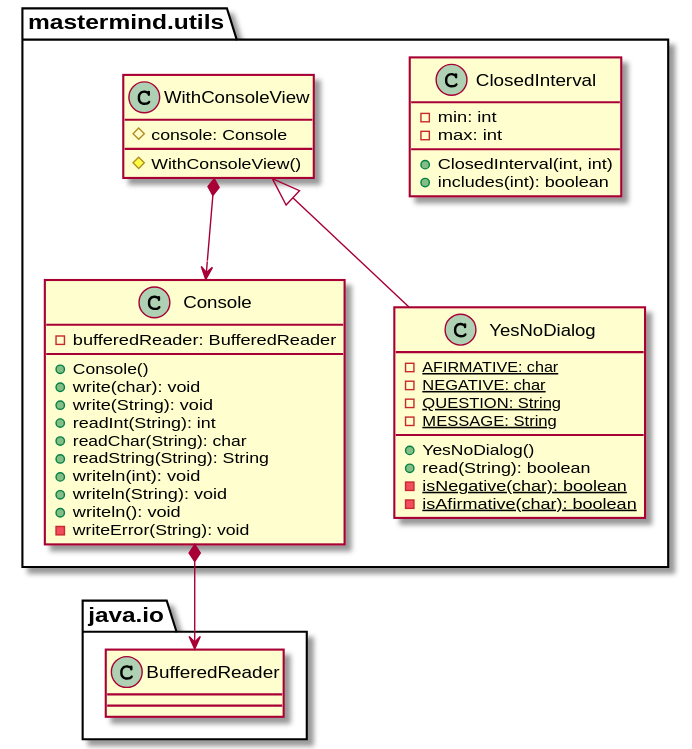
SantaTecla-mastermind/solution.java.swing.socket.sql keeps this PlantUML diagram as modelViewPresenter/presentationModel/withFacade/docs/diagrams/out/paquetes/usantatecla.utils.svg. Above is the earlier version. Source of this version:
```plantuml
@startuml
class  mastermind.utils.ClosedInterval{
- min: int
- max: int
+ ClosedInterval(int, int)
+ includes(int): boolean
}

class  mastermind.utils.Console{
- bufferedReader: BufferedReader
+ Console()
+ write(char): void
+ write(String): void
+ readInt(String): int
+ readChar(String): char
+ readString(String): String
+ writeln(int): void
+ writeln(String): void
+ writeln(): void
- writeError(String): void
}
mastermind.utils.Console *-down-> java.io.BufferedReader

class  mastermind.utils.WithConsoleView{
# console: Console
# WithConsoleView()
}
mastermind.utils.WithConsoleView *-down-> mastermind.utils.Console

class  mastermind.utils.YesNoDialog{
- {static} AFIRMATIVE: char
- {static} NEGATIVE: char
- {static} QUESTION: String
- {static} MESSAGE: String
+ YesNoDialog()
+ read(String): boolean
- {static} isNegative(char): boolean
- {static} isAfirmative(char): boolean
}
mastermind.utils.WithConsoleView <|-down- mastermind.utils.YesNoDialog
@enduml
```
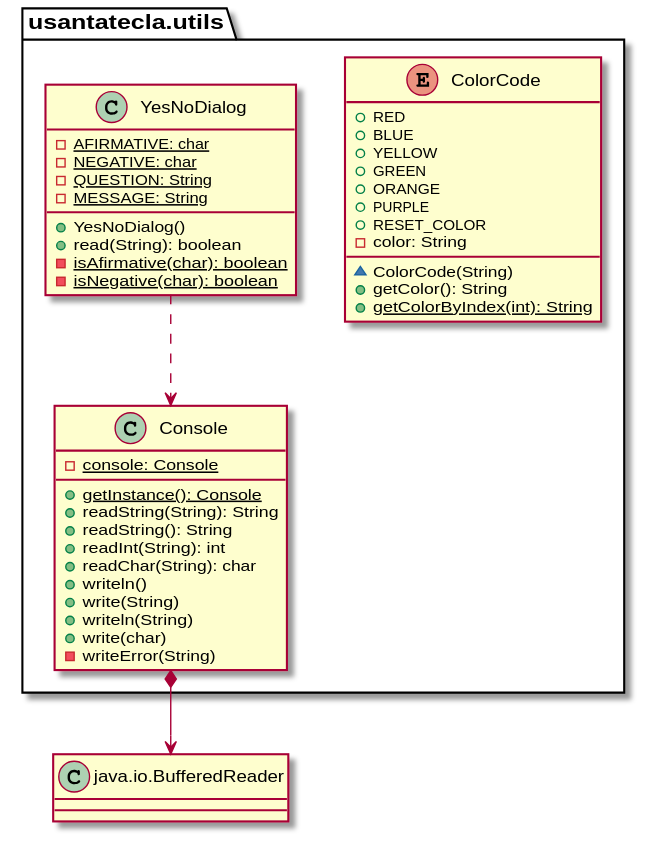
After the change.

Commit message:
Diagrams updated MVP Facade utils and models

What changed in the source:
```diff
@@ -1,41 +1,44 @@
 @startuml
-class  mastermind.utils.ClosedInterval{
-- min: int
-- max: int
-+ ClosedInterval(int, int)
-+ includes(int): boolean
+class BufferedReader as "java.io.BufferedReader"{}
+
+enum usantatecla.utils.ColorCode{
++ RED
++ BLUE
++ YELLOW
++ GREEN
++ ORANGE
++ PURPLE
++ RESET_COLOR
+- color: String
+~ ColorCode(String)
++ getColor(): String
++ {static} getColorByIndex(int): String
 }
 
-class  mastermind.utils.Console{
-- bufferedReader: BufferedReader
-+ Console()
-+ write(char): void
-+ write(String): void
+class usantatecla.utils.Console{
+- {static} console: Console
++ {static} getInstance(): Console
++ readString(String): String
++ readString(): String
 + readInt(String): int
 + readChar(String): char
-+ readString(String): String
-+ writeln(int): void
-+ writeln(String): void
-+ writeln(): void
-- writeError(String): void
++ writeln()
++ write(String)
++ writeln(String)
++ write(char)
+- writeError(String)
 }
-mastermind.utils.Console *-down-> java.io.BufferedReader
+usantatecla.utils.Console *-down-> BufferedReader
 
-class  mastermind.utils.WithConsoleView{
-# console: Console
-# WithConsoleView()
-}
-mastermind.utils.WithConsoleView *-down-> mastermind.utils.Console
-
-class  mastermind.utils.YesNoDialog{
+class  usantatecla.utils.YesNoDialog{
 - {static} AFIRMATIVE: char
 - {static} NEGATIVE: char
 - {static} QUESTION: String
 - {static} MESSAGE: String
 + YesNoDialog()
 + read(String): boolean
+- {static} isAfirmative(char): boolean
 - {static} isNegative(char): boolean
-- {static} isAfirmative(char): boolean
 }
-mastermind.utils.WithConsoleView <|-down- mastermind.utils.YesNoDialog
+usantatecla.utils.YesNoDialog ..> usantatecla.utils.Console
 @enduml
```
